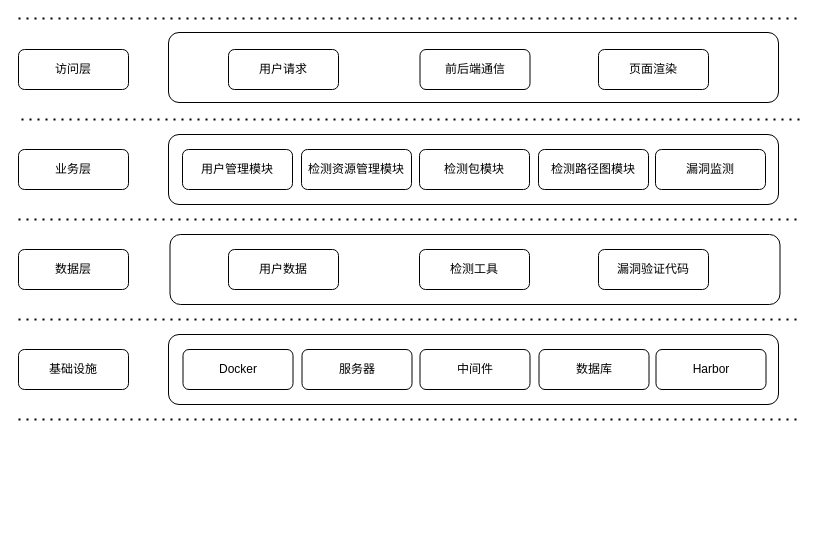
The draw.io diagram 部署结构图.drawio in Niujieheng/GitHub_Jul, before the edit. Source tidied: cells renumbered, new cells numbered last; positions are measured from the earlier drawing's top-left corner, leaving out a move shared by most shapes. Both pictures are drawn from the tidied source at 100%, with x=0, y=0 at pixel (18, 18).
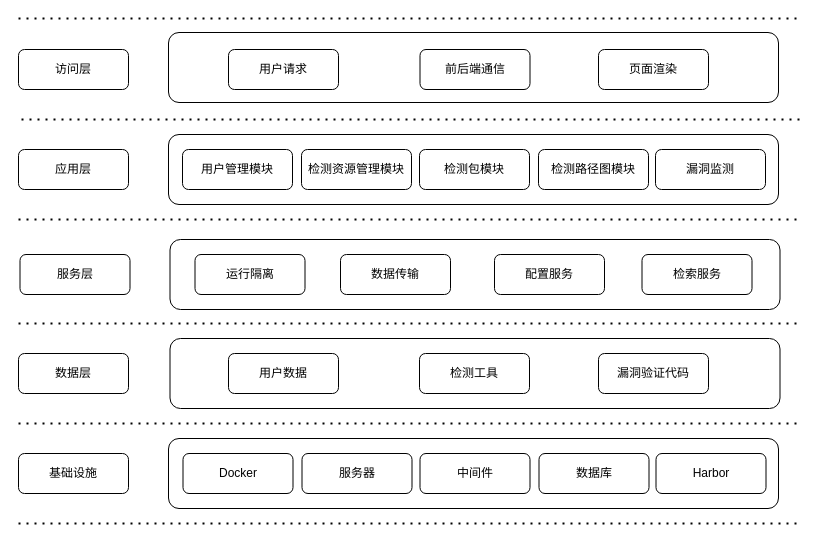
The same page after the edit.

Commit message:
更新部署结构图.drawio

What changed in the source:
```diff
@@
     <mxCell id="2" style="rounded=1;whiteSpace=wrap;html=1;" parent="1" vertex="1">
-      <mxGeometry x="150" y="316" width="610" height="70" as="geometry" />
+      <mxGeometry x="150" y="420" width="610" height="70" as="geometry" />
     </mxCell>
     <mxCell id="3" style="rounded=1;whiteSpace=wrap;html=1;" parent="1" vertex="1">
-      <mxGeometry x="151.5" y="216" width="610" height="70" as="geometry" />
+      <mxGeometry x="151.5" y="320" width="610" height="70" as="geometry" />
     </mxCell>
@@
-    <mxCell id="7" value="业务层" style="rounded=1;whiteSpace=wrap;html=1;" parent="1" vertex="1">
+    <mxCell id="7" value="应用层" style="rounded=1;whiteSpace=wrap;html=1;" parent="1" vertex="1">
       <mxGeometry y="131" width="110" height="40" as="geometry" />
     </mxCell>
     <mxCell id="8" value="数据层" style="rounded=1;whiteSpace=wrap;html=1;" parent="1" vertex="1">
-      <mxGeometry y="231" width="110" height="40" as="geometry" />
+      <mxGeometry y="335" width="110" height="40" as="geometry" />
     </mxCell>
     <mxCell id="9" value="基础设施" style="rounded=1;whiteSpace=wrap;html=1;" parent="1" vertex="1">
-      <mxGeometry y="331" width="110" height="40" as="geometry" />
+      <mxGeometry y="435" width="110" height="40" as="geometry" />
     </mxCell>
@@
     <mxCell id="18" value="用户数据" style="rounded=1;whiteSpace=wrap;html=1;" parent="1" vertex="1">
-      <mxGeometry x="210" y="231" width="110" height="40" as="geometry" />
+      <mxGeometry x="210" y="335" width="110" height="40" as="geometry" />
     </mxCell>
     <mxCell id="19" value="检测工具" style="rounded=1;whiteSpace=wrap;html=1;" parent="1" vertex="1">
-      <mxGeometry x="401" y="231" width="110" height="40" as="geometry" />
+      <mxGeometry x="401" y="335" width="110" height="40" as="geometry" />
     </mxCell>
     <mxCell id="20" value="漏洞验证代码" style="rounded=1;whiteSpace=wrap;html=1;" parent="1" vertex="1">
-      <mxGeometry x="580" y="231" width="110" height="40" as="geometry" />
+      <mxGeometry x="580" y="335" width="110" height="40" as="geometry" />
     </mxCell>
     <mxCell id="21" value="Docker" style="rounded=1;whiteSpace=wrap;html=1;" parent="1" vertex="1">
-      <mxGeometry x="164.5" y="331" width="110" height="40" as="geometry" />
+      <mxGeometry x="164.5" y="435" width="110" height="40" as="geometry" />
     </mxCell>
     <mxCell id="22" value="服务器" style="rounded=1;whiteSpace=wrap;html=1;" parent="1" vertex="1">
-      <mxGeometry x="283.5" y="331" width="110" height="40" as="geometry" />
+      <mxGeometry x="283.5" y="435" width="110" height="40" as="geometry" />
     </mxCell>
     <mxCell id="23" value="中间件" style="rounded=1;whiteSpace=wrap;html=1;" parent="1" vertex="1">
-      <mxGeometry x="401.5" y="331" width="110" height="40" as="geometry" />
+      <mxGeometry x="401.5" y="435" width="110" height="40" as="geometry" />
     </mxCell>
     <mxCell id="24" value="数据库" style="rounded=1;whiteSpace=wrap;html=1;" parent="1" vertex="1">
-      <mxGeometry x="520.5" y="331" width="110" height="40" as="geometry" />
+      <mxGeometry x="520.5" y="435" width="110" height="40" as="geometry" />
     </mxCell>
     <mxCell id="25" value="Harbor" style="rounded=1;whiteSpace=wrap;html=1;" parent="1" vertex="1">
-      <mxGeometry x="637.5" y="331" width="110" height="40" as="geometry" />
+      <mxGeometry x="637.5" y="435" width="110" height="40" as="geometry" />
     </mxCell>
@@
     <mxCell id="28" style="endArrow=none;dashed=1;html=1;dashPattern=1 3;strokeWidth=2;rounded=0;" parent="1" edge="1">
       <mxGeometry relative="1" as="geometry">
-        <mxPoint y="201" as="sourcePoint" />
-        <mxPoint x="780" y="201" as="targetPoint" />
+        <mxPoint y="305" as="sourcePoint" />
+        <mxPoint x="780" y="305" as="targetPoint" />
       </mxGeometry>
     </mxCell>
     <mxCell id="29" style="endArrow=none;dashed=1;html=1;dashPattern=1 3;strokeWidth=2;rounded=0;" parent="1" edge="1">
       <mxGeometry relative="1" as="geometry">
-        <mxPoint y="301" as="sourcePoint" />
-        <mxPoint x="780" y="301" as="targetPoint" />
+        <mxPoint y="405" as="sourcePoint" />
+        <mxPoint x="780" y="405" as="targetPoint" />
       </mxGeometry>
     </mxCell>
     <mxCell id="30" style="endArrow=none;dashed=1;html=1;dashPattern=1 3;strokeWidth=2;rounded=0;" parent="1" edge="1">
       <mxGeometry relative="1" as="geometry">
-        <mxPoint y="401" as="sourcePoint" />
-        <mxPoint x="780" y="401" as="targetPoint" />
+        <mxPoint y="505" as="sourcePoint" />
+        <mxPoint x="780" y="505" as="targetPoint" />
       </mxGeometry>
     </mxCell>
+    <mxCell id="31" style="endArrow=none;dashed=1;html=1;dashPattern=1 3;strokeWidth=2;rounded=0;" parent="1" edge="1">
+      <mxGeometry relative="1" as="geometry">
+        <mxPoint y="201" as="sourcePoint" />
+        <mxPoint x="780" y="201" as="targetPoint" />
+      </mxGeometry>
+    </mxCell>
+    <mxCell id="32" style="rounded=1;whiteSpace=wrap;html=1;" parent="1" vertex="1">
+      <mxGeometry x="151.5" y="221" width="610" height="70" as="geometry" />
+    </mxCell>
+    <mxCell id="33" value="服务层" style="rounded=1;whiteSpace=wrap;html=1;" parent="1" vertex="1">
+      <mxGeometry x="1.5" y="236" width="110" height="40" as="geometry" />
+    </mxCell>
+    <mxCell id="34" value="运行隔离" style="rounded=1;whiteSpace=wrap;html=1;" parent="1" vertex="1">
+      <mxGeometry x="176.5" y="236" width="110" height="40" as="geometry" />
+    </mxCell>
+    <mxCell id="35" value="数据传输" style="rounded=1;whiteSpace=wrap;html=1;" parent="1" vertex="1">
+      <mxGeometry x="322" y="236" width="110" height="40" as="geometry" />
+    </mxCell>
+    <mxCell id="36" value="配置服务" style="rounded=1;whiteSpace=wrap;html=1;" parent="1" vertex="1">
+      <mxGeometry x="476" y="236" width="110" height="40" as="geometry" />
+    </mxCell>
+    <mxCell id="37" value="检索服务" style="rounded=1;whiteSpace=wrap;html=1;" parent="1" vertex="1">
+      <mxGeometry x="623.5" y="236" width="110" height="40" as="geometry" />
+    </mxCell>
```
